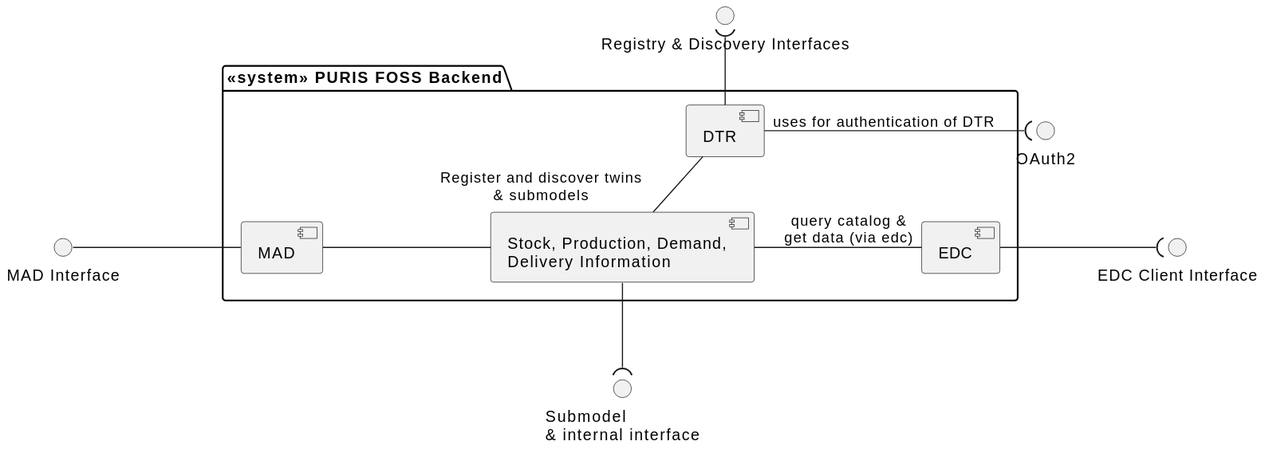
Before: docs/architecture/img/05-level-1-backend.svg, a diagram exported from PlantUML (eclipse-tractusx/puris).
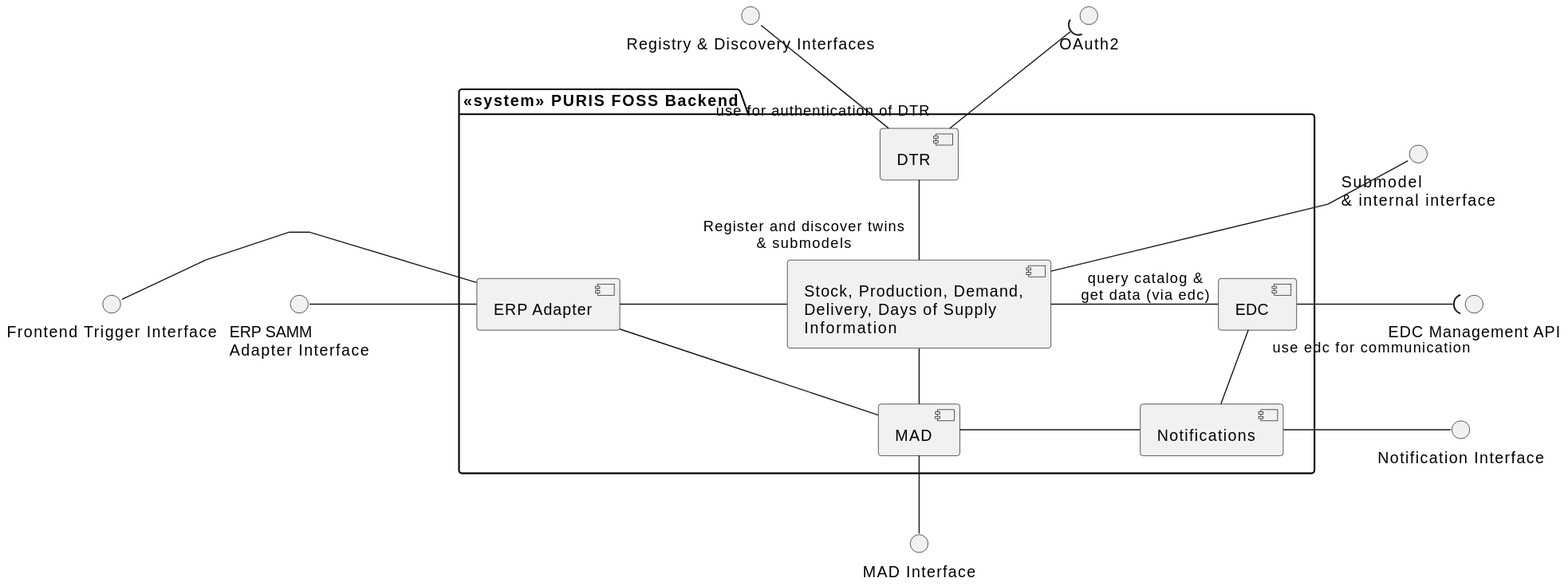
Later version of the same file.

Commit message:
docs(BuildingBlockView): added notifications and days of supply

Diff of the diagram source:
```diff
@@ -3,22 +3,42 @@
 skinparam nodesep 150
 skinparam ranksep 50
 
+() mad_interface as "MAD Interface"
+() dtr_interface as "Registry & Discovery Interfaces"
+() oauth as "OAuth2"
+() erp_interface as "ERP SAMM\nAdapter Interface"
+() edc_interface as "EDC Management API"
+() not_interface as "Notification Interface"
+() erp_frontend_interface as "Frontend Trigger Interface"
+() data_interface as "Submodel \n& internal interface"
+
 package "<<system>> PURIS FOSS Backend"{
 
   [DTR] as dtr
+  [ERP Adapter] as erp
+  [Stock, Production, Demand,\nDelivery, Days of Supply\nInformation] as stock
   [EDC] as edc
-  [Stock, Production, Demand,\nDelivery Information] as stock
+  [Notifications] as not
   [MAD] as mad
 }
 
-"Registry & Discovery Interfaces" )-- dtr
-"MAD Interface" - mad
-edc -( "EDC Client Interface"
-stock --( "Submodel \n& internal interface"
+erp -left- erp_interface
+erp -left- erp_frontend_interface
+dtr_interface -down- dtr
+oauth )-down-  "use for authentication of DTR" dtr
 
-dtr -- "Register and discover twins\n& submodels" stock
-stock - "query catalog &\nget data (via edc)" edc
-mad - stock
+not -up- "use edc for communication" edc
 
-"OAuth2" )-  "uses for authentication of DTR" dtr
+dtr -down- "Register and discover twins\n& submodels" stock
+data_interface -down- stock
+stock -left- erp
+stock -right- "query catalog &\nget data (via edc)" edc
+stock -down- mad
+edc -right-( edc_interface
+
+mad -- mad_interface
+mad -right- not
+erp -- mad
+
+not -right- not_interface
 @enduml
```
